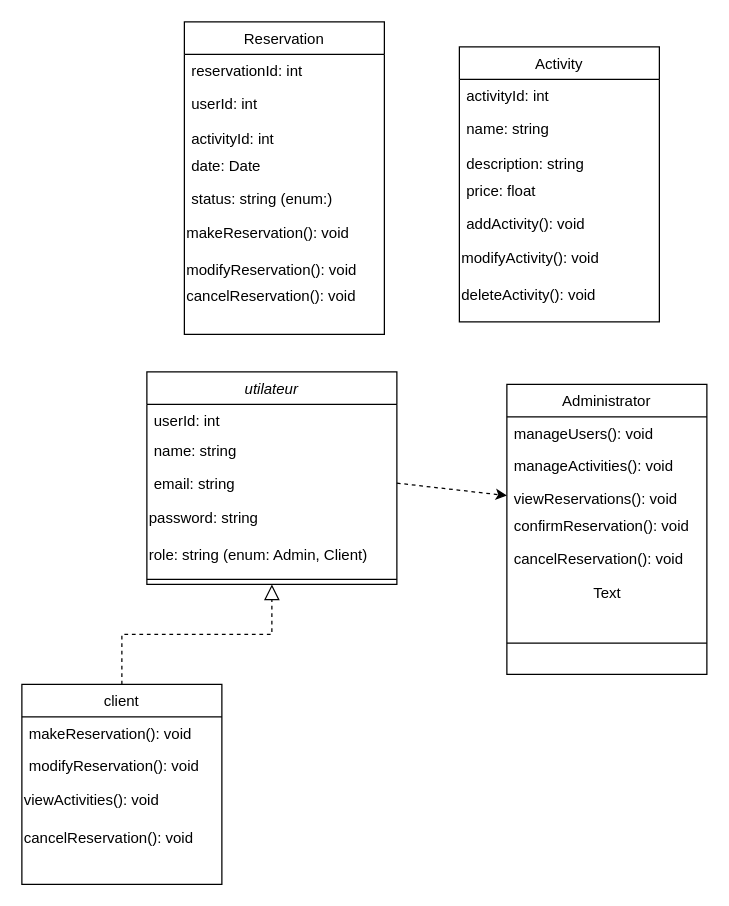
Above: diagrame_class.drawio in ligh-cloud/site-de-voyage-2.0 (draw.io), before the change. Source tidied: cells renumbered, new cells numbered last; positions are measured from the earlier drawing's top-left corner, leaving out a move shared by most shapes. Both pictures are drawn from the tidied source at 125%, with x=0, y=0 at pixel (21, 21).
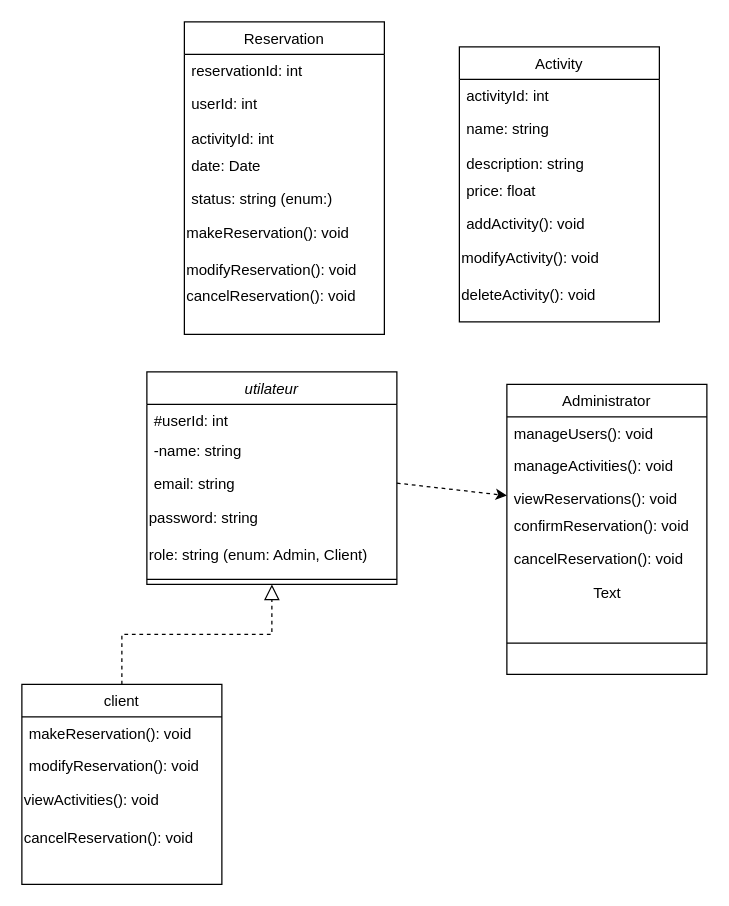
After the change.

Commit message (it also covers changes not shown here):
adding diagramme de class

The change refers to these unchanged cells:
```xml
<mxCell id="2" value="utilateur" style="swimlane;fontStyle=2;align=center;verticalAlign=top;horizontal=1;startSize=26;rounded=0;shadow=0;strokeWidth=1;" parent="1" vertex="1">
  <mxGeometry x="100" y="280" width="200" height="170" as="geometry" />
</mxCell>
```

What changed in the source:
```diff
@@
-    <mxCell id="3" value="userId: int" style="text;align=left;verticalAlign=top;spacingLeft=4;spacingRight=4;overflow=hidden;" parent="2" vertex="1">
+    <mxCell id="3" value="#userId: int" style="text;align=left;verticalAlign=top;spacingLeft=4;spacingRight=4;overflow=hidden;" parent="2" vertex="1">
       <mxGeometry y="26" width="200" height="24" as="geometry" />
     </mxCell>
-    <mxCell id="4" value="name: string" style="text;align=left;verticalAlign=top;spacingLeft=4;spacingRight=4;overflow=hidden;rounded=0;shadow=0;html=0;" parent="2" vertex="1">
+    <mxCell id="4" value="-name: string" style="text;align=left;verticalAlign=top;spacingLeft=4;spacingRight=4;overflow=hidden;rounded=0;shadow=0;html=0;" parent="2" vertex="1">
       <mxGeometry y="50" width="200" height="26" as="geometry" />
     </mxCell>
```
